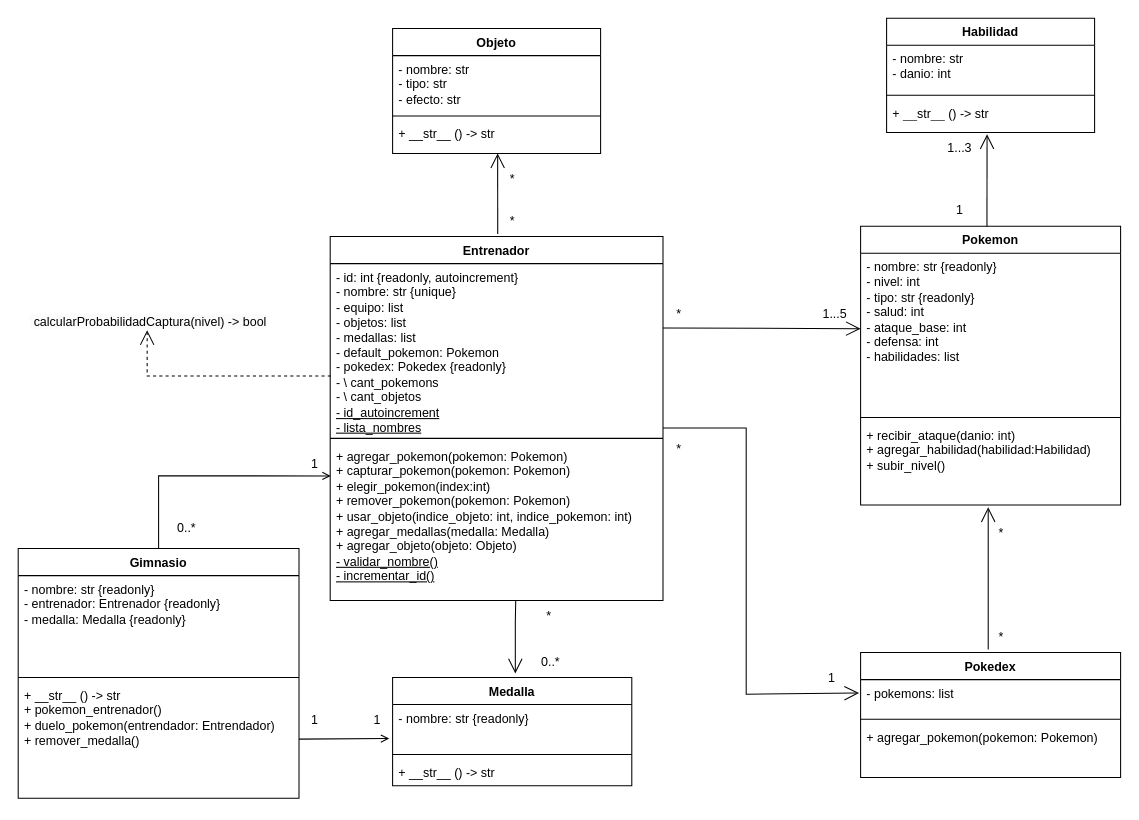
The draw.io diagram pokemon.drawio in MarucoMass/tp-integrador-P2-Massonnat-Martin-Palena, before the edit. Source tidied: cells renumbered, new cells numbered last; positions are measured from the earlier drawing's top-left corner, leaving out a move shared by most shapes. Both pictures are drawn from the tidied source at 104%, with x=0, y=0 at pixel (18, 18).
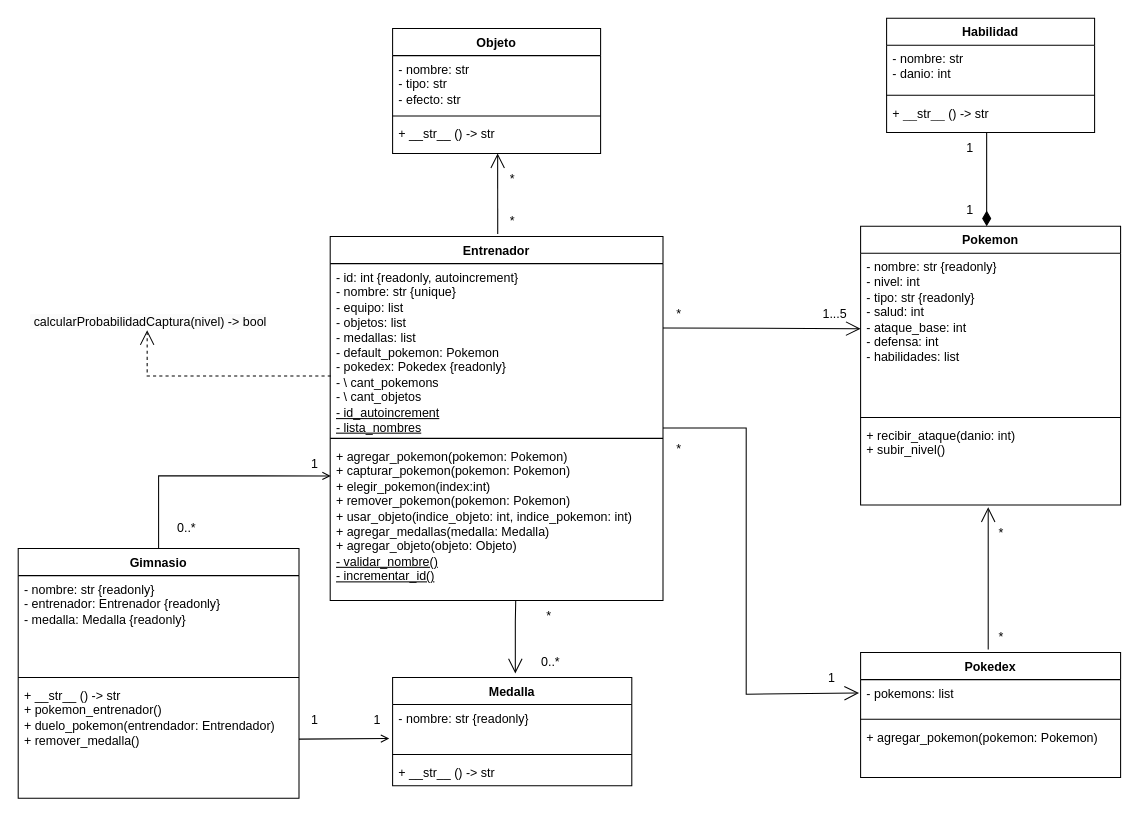
Above is the later version.

Unchanged cells that the change refers to:
```xml
<mxCell id="6" value="Pokemon" style="swimlane;fontStyle=1;align=center;verticalAlign=top;horizontal=1;startSize=26;whiteSpace=wrap;html=1;" parent="1" vertex="1">
  <mxGeometry x="810" y="200" width="250" height="268" as="geometry" />
</mxCell>
<mxCell id="17" value="+ __str__ () -&amp;gt; str" style="text;strokeColor=none;fillColor=none;align=left;verticalAlign=top;spacingLeft=4;spacingRight=4;overflow=hidden;points=[[0,0.5],[1,0.5]];portConstraint=eastwest;whiteSpace=wrap;html=1;" parent="14" vertex="1">
  <mxGeometry y="78" width="200" height="32" as="geometry" />
</mxCell>
```

The edit, as a diff of the source:
```diff
@@
-    <mxCell id="9" value="+ recibir_ataque(danio: int)&amp;nbsp;&lt;div&gt;+ agregar_habilidad(habilidad:Habilidad)&lt;/div&gt;&lt;div&gt;+ subir_nivel()&lt;/div&gt;" style="text;strokeColor=none;fillColor=none;align=left;verticalAlign=top;spacingLeft=4;spacingRight=4;overflow=hidden;whiteSpace=wrap;html=1;" parent="6" vertex="1">
+    <mxCell id="9" value="+ recibir_ataque(danio: int)&amp;nbsp;&lt;br&gt;&lt;div&gt;+ subir_nivel()&lt;/div&gt;" style="text;strokeColor=none;fillColor=none;align=left;verticalAlign=top;spacingLeft=4;spacingRight=4;overflow=hidden;whiteSpace=wrap;html=1;" parent="6" vertex="1">
       <mxGeometry y="188" width="250" height="80" as="geometry" />
     </mxCell>
@@
-    <mxCell id="28" value="1...3" style="text;html=1;align=center;verticalAlign=middle;strokeColor=none;fillColor=none;" parent="1" vertex="1">
-      <mxGeometry x="880" y="110" width="50" height="30" as="geometry" />
+    <mxCell id="28" value="1" style="text;html=1;align=center;verticalAlign=middle;strokeColor=none;fillColor=none;" parent="1" vertex="1">
+      <mxGeometry x="900" y="110" width="30" height="30" as="geometry" />
     </mxCell>
     <mxCell id="29" value="1" style="text;html=1;align=center;verticalAlign=middle;strokeColor=none;fillColor=none;" parent="1" vertex="1">
-      <mxGeometry x="890" y="170" width="30" height="30" as="geometry" />
+      <mxGeometry x="900" y="170" width="30" height="30" as="geometry" />
     </mxCell>
@@
-    <mxCell id="42" style="endArrow=open;endFill=1;endSize=12;html=1;rounded=0;exitX=0.486;exitY=0;exitDx=0;exitDy=0;exitPerimeter=0;entryX=0.578;entryY=1.052;entryDx=0;entryDy=0;entryPerimeter=0;" parent="1" edge="1" source="6">
-      <mxGeometry relative="1" as="geometry">
-        <mxPoint x="931.6" y="111.7" as="targetPoint" />
-      </mxGeometry>
+    <mxCell id="42" style="endArrow=diamondThin;endFill=1;endSize=12;html=1;rounded=0;exitX=0.481;exitY=1;exitDx=0;exitDy=0;exitPerimeter=0;entryX=0.485;entryY=0;entryDx=0;entryDy=0;entryPerimeter=0;" parent="1" edge="1" source="17" target="6">
+      <mxGeometry relative="1" as="geometry" />
     </mxCell>
```
